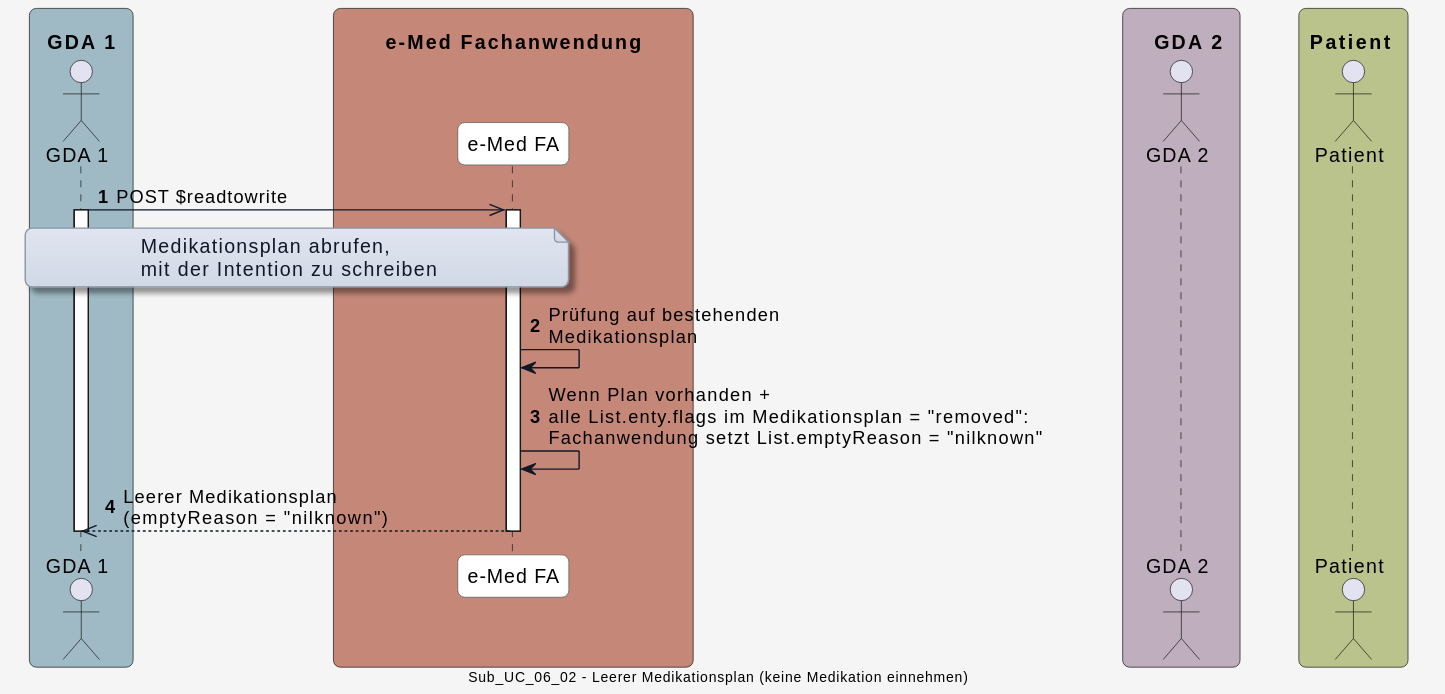
The PlantUML diagram r4-ELGA-e-Medikation-main/plantuml/UC_eMed_06_02.svg in HL7Austria/hl7austria.github.io, before a commit. Its diagram source:
```plantuml
@startuml
skinparam borderColor #000000
skinparam backgroundColor #f5f5f5
skinparam shadowing false
skinparam roundCorner 10
skinparam defaultFontName "Arial"
skinparam defaultFontSize 14
skinparam defaultFontColor #000000

skinparam note {
  BackgroundColor #e0e5f0-#d1d9e6
  BorderColor #8b95a5
  BorderThickness 1
  RoundCorner 8
  Padding 6
  FontColor #111827
  Shadowing true
}

skinparam HyperlinkColor #0000EE
skinparam HyperlinkUnderline false

skinparam sequence {
  ParticipantBorderColor #555555
  ParticipantBackgroundColor #ffffff
  ParticipantFontColor #000000
  ParticipantFontSize 14
  ParticipantPadding 20
  ArrowColor #111827
  ArrowThickness 1
  ArrowFontColor #000000
  ArrowFontSize 13
  GroupBorderColor #111827
  GroupBackgroundColor #eef2ff
  GroupBorderThickness 2
}

skinparam BoxPadding 20
skinparam BoxBorderColor #555555

box "\n  GDA 1  " #9fbac4
  actor GDA_1 as "GDA 1"
end box

box "\n       e-Med Fachanwendung       " #C48778
  participant eMed_FA as "e-Med FA"
end box

box "\n    GDA 2  " #beaebe
  actor GDA_2 as "GDA 2"
end box

box "\n Patient  " #bac38b
  actor Patient as "Patient"
end box


autonumber

GDA_1 ->> eMed_FA: POST $readtowrite
activate GDA_1

note over GDA_1, eMed_FA
Medikationsplan abrufen,
mit der Intention zu schreiben
end note

activate eMed_FA
eMed_FA -> eMed_FA: Prüfung auf bestehenden\nMedikationsplan

eMed_FA -> eMed_FA: Wenn Plan vorhanden +\nalle List.enty.flags im Medikationsplan = "removed":\nFachanwendung setzt List.emptyReason = "nilknown"

eMed_FA -->> GDA_1: Leerer Medikationsplan\n(emptyReason = "nilknown")

deactivate eMed_FA
deactivate GDA_1

center footer Sub_UC_06_02 - Leerer Medikationsplan (keine Medikation einnehmen)
@enduml
```
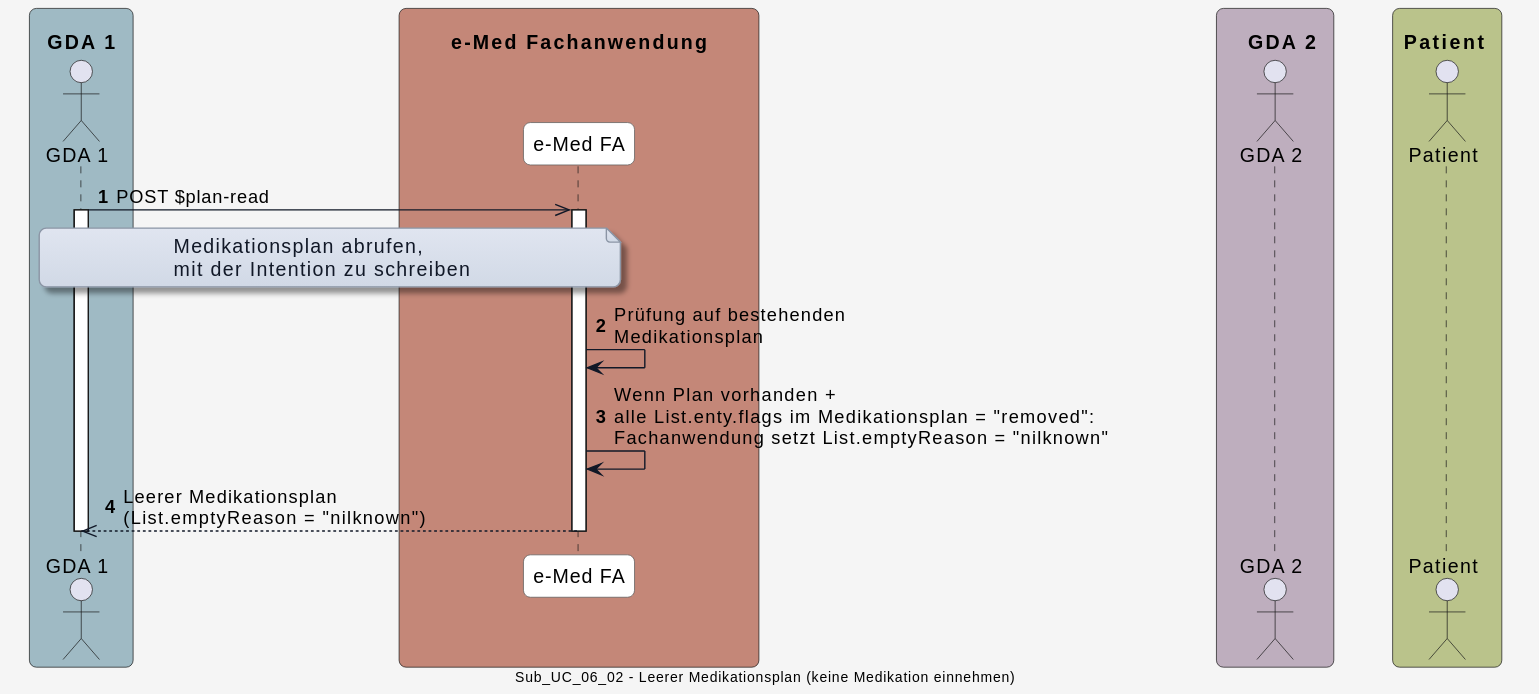
After the change.

Change to the diagram source:
```diff
@@ -57,7 +57,7 @@
 
 autonumber
 
-GDA_1 ->> eMed_FA: POST $readtowrite
+GDA_1 ->> eMed_FA: POST $plan-read
 activate GDA_1
 
 note over GDA_1, eMed_FA
@@ -70,7 +70,7 @@
 
 eMed_FA -> eMed_FA: Wenn Plan vorhanden +\nalle List.enty.flags im Medikationsplan = "removed":\nFachanwendung setzt List.emptyReason = "nilknown"
 
-eMed_FA -->> GDA_1: Leerer Medikationsplan\n(emptyReason = "nilknown")
+eMed_FA -->> GDA_1: Leerer Medikationsplan\n(List.emptyReason = "nilknown")
 
 deactivate eMed_FA
 deactivate GDA_1
```
